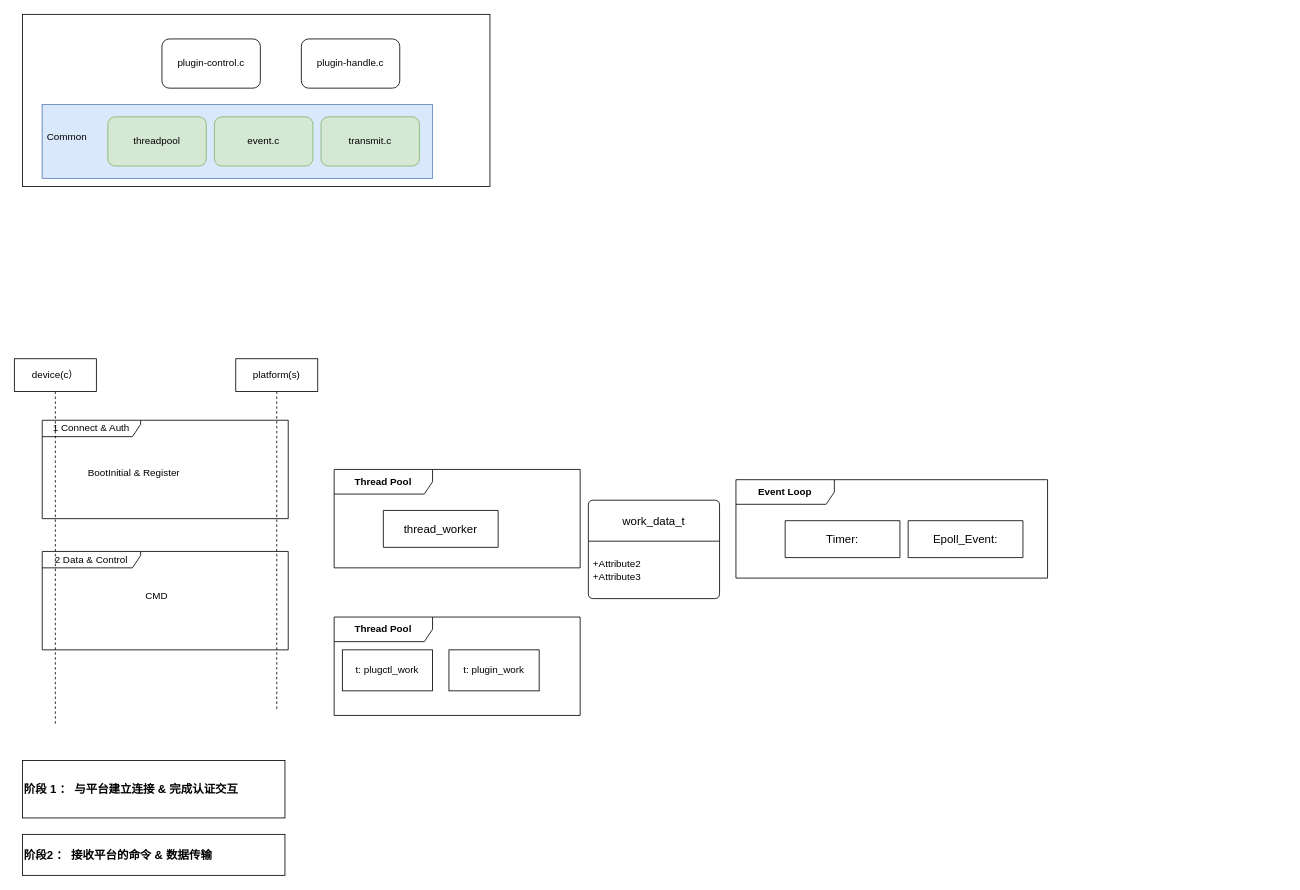
waterwatermelon/graph keeps this draw.io diagram as page "Page-1" (1 of 3) of gw-mtk/mobile_manager.drawio. Above is the earlier version. Source tidied: cells renumbered, new cells numbered last; positions are measured from the earlier drawing's top-left corner, leaving out a move shared by most shapes. Both pictures are drawn from the tidied source at 82%, with x=0, y=0 at pixel (14, 14).
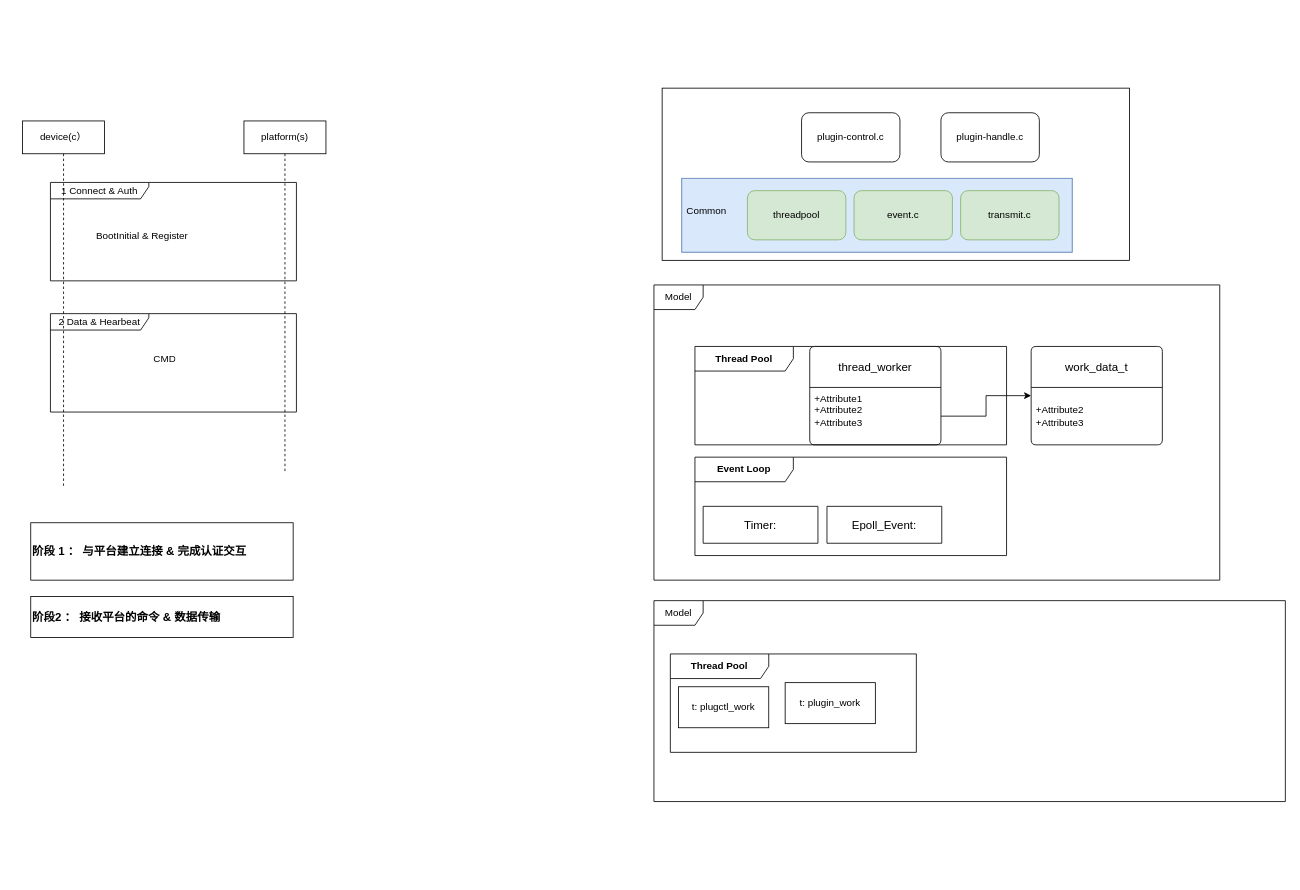
Above is the later version.

What changed in the source:
```diff
@@
     <mxCell id="2" style="group;" parent="1" vertex="1">
-      <mxGeometry x="34" y="655" width="300" height="120" as="geometry" />
+      <mxGeometry x="44" y="365" width="300" height="120" as="geometry" />
     </mxCell>
@@
-    <mxCell id="4" value="2 Data &amp;amp; Control" style="shape=umlFrame;whiteSpace=wrap;html=1;width=120;height=20;" parent="2" vertex="1">
+    <mxCell id="4" value="2 Data &amp;amp; Hearbeat" style="shape=umlFrame;whiteSpace=wrap;html=1;width=120;height=20;" parent="2" vertex="1">
       <mxGeometry width="300" height="120" as="geometry" />
     </mxCell>
     <mxCell id="5" style="group;" parent="1" vertex="1">
-      <mxGeometry x="34" y="495" width="300" height="120" as="geometry" />
+      <mxGeometry x="44" y="205" width="300" height="120" as="geometry" />
     </mxCell>
@@
     <mxCell id="8" value="device(c）" style="shape=umlLifeline;perimeter=lifelinePerimeter;whiteSpace=wrap;html=1;newEdgeStyle={&quot;curved&quot;:0,&quot;rounded&quot;:0};" parent="1" vertex="1">
-      <mxGeometry y="420" width="100" height="445" as="geometry" />
+      <mxGeometry x="10" y="130" width="100" height="445" as="geometry" />
     </mxCell>
     <mxCell id="9" value="platform(s)" style="shape=umlLifeline;perimeter=lifelinePerimeter;whiteSpace=wrap;html=1;newEdgeStyle={&quot;curved&quot;:0,&quot;rounded&quot;:0};" parent="1" vertex="1">
-      <mxGeometry x="270" y="420" width="100" height="430" as="geometry" />
+      <mxGeometry x="280" y="130" width="100" height="430" as="geometry" />
     </mxCell>
     <mxCell id="10" value="&lt;font style=&quot;font-size: 12px;&quot;&gt;&lt;b&gt;Thread Pool&lt;/b&gt;&lt;/font&gt;" style="shape=umlFrame;whiteSpace=wrap;html=1;width=120;height=30;" parent="1" vertex="1">
-      <mxGeometry x="390" y="555" width="300" height="120" as="geometry" />
+      <mxGeometry x="830" y="405" width="380" height="120" as="geometry" />
     </mxCell>
-    <mxCell id="11" value="thread_worker" style="swimlane;horizontal=1;startSize=50;rounded=1;fontSize=14;fontStyle=0;strokeWidth=1;shadow=0;dashed=0;align=center;arcSize=4;whiteSpace=wrap;html=1;" parent="1" vertex="1" collapsed="1">
-      <mxGeometry x="450" y="605" width="140" height="45" as="geometry" />
+    <mxCell id="11" value="thread_worker" style="swimlane;horizontal=1;startSize=50;rounded=1;fontSize=14;fontStyle=0;strokeWidth=1;shadow=0;dashed=0;align=center;arcSize=4;whiteSpace=wrap;html=1;" parent="1" vertex="1">
+      <mxGeometry x="970" y="405" width="160" height="120" as="geometry" />
     </mxCell>
-    <mxCell id="12" value="&lt;font style=&quot;font-size: 12px;&quot;&gt;&lt;b&gt;Thread Pool&lt;/b&gt;&lt;/font&gt;" style="shape=umlFrame;whiteSpace=wrap;html=1;width=120;height=30;" parent="1" vertex="1">
-      <mxGeometry x="390" y="735" width="300" height="120" as="geometry" />
-    </mxCell>
-    <mxCell id="13" value="t:&amp;nbsp;plugctl_work" style="html=1;whiteSpace=wrap;" parent="1" vertex="1">
-      <mxGeometry x="400" y="775" width="110" height="50" as="geometry" />
-    </mxCell>
-    <mxCell id="14" value="t:&amp;nbsp;plugin_work" style="html=1;whiteSpace=wrap;" parent="1" vertex="1">
-      <mxGeometry x="530" y="775" width="110" height="50" as="geometry" />
-    </mxCell>
-    <mxCell id="15" value="&lt;font style=&quot;font-size: 12px;&quot;&gt;&lt;b&gt;Event Loop&lt;/b&gt;&lt;/font&gt;" style="shape=umlFrame;whiteSpace=wrap;html=1;width=120;height=30;" parent="1" vertex="1">
-      <mxGeometry x="880" y="567.5" width="380" height="120" as="geometry" />
-    </mxCell>
-    <mxCell id="16" value="Timer:" style="swimlane;horizontal=1;startSize=50;rounded=1;fontSize=14;fontStyle=0;strokeWidth=1;shadow=0;dashed=0;align=center;arcSize=4;whiteSpace=wrap;html=1;" parent="1" vertex="1" collapsed="1">
-      <mxGeometry x="940" y="617.5" width="140" height="45" as="geometry" />
-    </mxCell>
-    <mxCell id="17" value="Epoll_Event:" style="swimlane;horizontal=1;startSize=50;rounded=1;fontSize=14;fontStyle=0;strokeWidth=1;shadow=0;dashed=0;align=center;arcSize=4;whiteSpace=wrap;html=1;" parent="1" vertex="1" collapsed="1">
-      <mxGeometry x="1090" y="617.5" width="140" height="45" as="geometry" />
-    </mxCell>
+    <mxCell id="31" value="+Attribute1&#10;+Attribute2&#10;+Attribute3" style="align=left;strokeColor=none;fillColor=none;spacingLeft=4;fontSize=12;verticalAlign=top;html=1;" parent="11" vertex="1">
+      <mxGeometry y="50" width="160" height="70" as="geometry" />
+    </mxCell>
     <mxCell id="18" style="rounded=0;whiteSpace=wrap;html=1;" parent="1" vertex="1">
-      <mxGeometry x="10" width="570" height="210" as="geometry" />
+      <mxGeometry x="790" y="90" width="570" height="210" as="geometry" />
     </mxCell>
     <mxCell id="19" value="plugin-control.c" style="rounded=1;whiteSpace=wrap;html=1;" parent="1" vertex="1">
-      <mxGeometry x="180" y="30" width="120" height="60" as="geometry" />
+      <mxGeometry x="960" y="120" width="120" height="60" as="geometry" />
     </mxCell>
     <mxCell id="20" value="plugin-handle.c" style="rounded=1;whiteSpace=wrap;html=1;" parent="1" vertex="1">
-      <mxGeometry x="350" y="30" width="120" height="60" as="geometry" />
+      <mxGeometry x="1130" y="120" width="120" height="60" as="geometry" />
     </mxCell>
     <mxCell id="21" style="group;fillColor=#dae8fc;strokeColor=#6c8ebf;" parent="1" vertex="1">
-      <mxGeometry x="34" y="110" width="476" height="90" as="geometry" />
+      <mxGeometry x="814" y="200" width="476" height="90" as="geometry" />
     </mxCell>
@@
     <mxCell id="27" value="&lt;b&gt;&lt;font style=&quot;font-size: 14px;&quot;&gt;阶段 1 ： 与平台建立连接 &amp;amp; 完成认证交互&lt;/font&gt;&lt;/b&gt;" style="text;html=1;align=left;verticalAlign=middle;whiteSpace=wrap;rounded=0;strokeColor=default;" parent="1" vertex="1">
-      <mxGeometry x="10" y="910" width="320" height="70" as="geometry" />
+      <mxGeometry x="20" y="620" width="320" height="70" as="geometry" />
     </mxCell>
     <mxCell id="28" value="&lt;b&gt;&lt;font style=&quot;font-size: 14px;&quot;&gt;阶段2 ： 接收平台的命令 &amp;amp; 数据传输&lt;/font&gt;&lt;/b&gt;" style="text;html=1;strokeColor=default;fillColor=none;align=left;verticalAlign=middle;whiteSpace=wrap;rounded=0;" parent="1" vertex="1">
-      <mxGeometry x="10" y="1000" width="320" height="50" as="geometry" />
+      <mxGeometry x="20" y="710" width="320" height="50" as="geometry" />
     </mxCell>
     <mxCell id="29" value="work_data_t" style="swimlane;horizontal=1;startSize=50;rounded=1;fontSize=14;fontStyle=0;strokeWidth=1;shadow=0;dashed=0;align=center;arcSize=4;whiteSpace=wrap;html=1;" parent="1" vertex="1">
-      <mxGeometry x="700" y="592.5" width="160" height="120" as="geometry" />
+      <mxGeometry x="1240" y="405" width="160" height="120" as="geometry" />
     </mxCell>
@@
+    <mxCell id="32" value="Model" style="shape=umlFrame;whiteSpace=wrap;html=1;" parent="1" vertex="1">
+      <mxGeometry x="780" y="330" width="690" height="360" as="geometry" />
+    </mxCell>
+    <mxCell id="15" value="&lt;font style=&quot;font-size: 12px;&quot;&gt;&lt;b&gt;Event Loop&lt;/b&gt;&lt;/font&gt;" style="shape=umlFrame;whiteSpace=wrap;html=1;width=120;height=30;" parent="1" vertex="1">
+      <mxGeometry x="830" y="540" width="380" height="120" as="geometry" />
+    </mxCell>
+    <mxCell id="16" value="Timer:" style="swimlane;horizontal=1;startSize=50;rounded=1;fontSize=14;fontStyle=0;strokeWidth=1;shadow=0;dashed=0;align=center;arcSize=4;whiteSpace=wrap;html=1;" parent="1" vertex="1" collapsed="1">
+      <mxGeometry x="840" y="600" width="140" height="45" as="geometry" />
+    </mxCell>
+    <mxCell id="17" value="Epoll_Event:" style="swimlane;horizontal=1;startSize=50;rounded=1;fontSize=14;fontStyle=0;strokeWidth=1;shadow=0;dashed=0;align=center;arcSize=4;whiteSpace=wrap;html=1;" parent="1" vertex="1" collapsed="1">
+      <mxGeometry x="991" y="600" width="140" height="45" as="geometry" />
+    </mxCell>
+    <mxCell id="33" style="edgeStyle=orthogonalEdgeStyle;rounded=0;jettySize=auto;html=1;exitX=1;exitY=0.5;exitDx=0;exitDy=0;" parent="1" edge="1" source="31" target="29">
+      <mxGeometry relative="1" as="geometry" />
+    </mxCell>
+    <mxCell id="34" value="Model" style="shape=umlFrame;whiteSpace=wrap;html=1;" parent="1" vertex="1">
+      <mxGeometry x="780" y="715" width="770" height="245" as="geometry" />
+    </mxCell>
+    <mxCell id="12" value="&lt;font style=&quot;font-size: 12px;&quot;&gt;&lt;b&gt;Thread Pool&lt;/b&gt;&lt;/font&gt;" style="shape=umlFrame;whiteSpace=wrap;html=1;width=120;height=30;" parent="1" vertex="1">
+      <mxGeometry x="800" y="780" width="300" height="120" as="geometry" />
+    </mxCell>
+    <mxCell id="13" value="t:&amp;nbsp;plugctl_work" style="html=1;whiteSpace=wrap;" parent="1" vertex="1">
+      <mxGeometry x="810" y="820" width="110" height="50" as="geometry" />
+    </mxCell>
+    <mxCell id="14" value="t:&amp;nbsp;plugin_work" style="html=1;whiteSpace=wrap;" parent="1" vertex="1">
+      <mxGeometry x="940" y="815" width="110" height="50" as="geometry" />
+    </mxCell>
```
